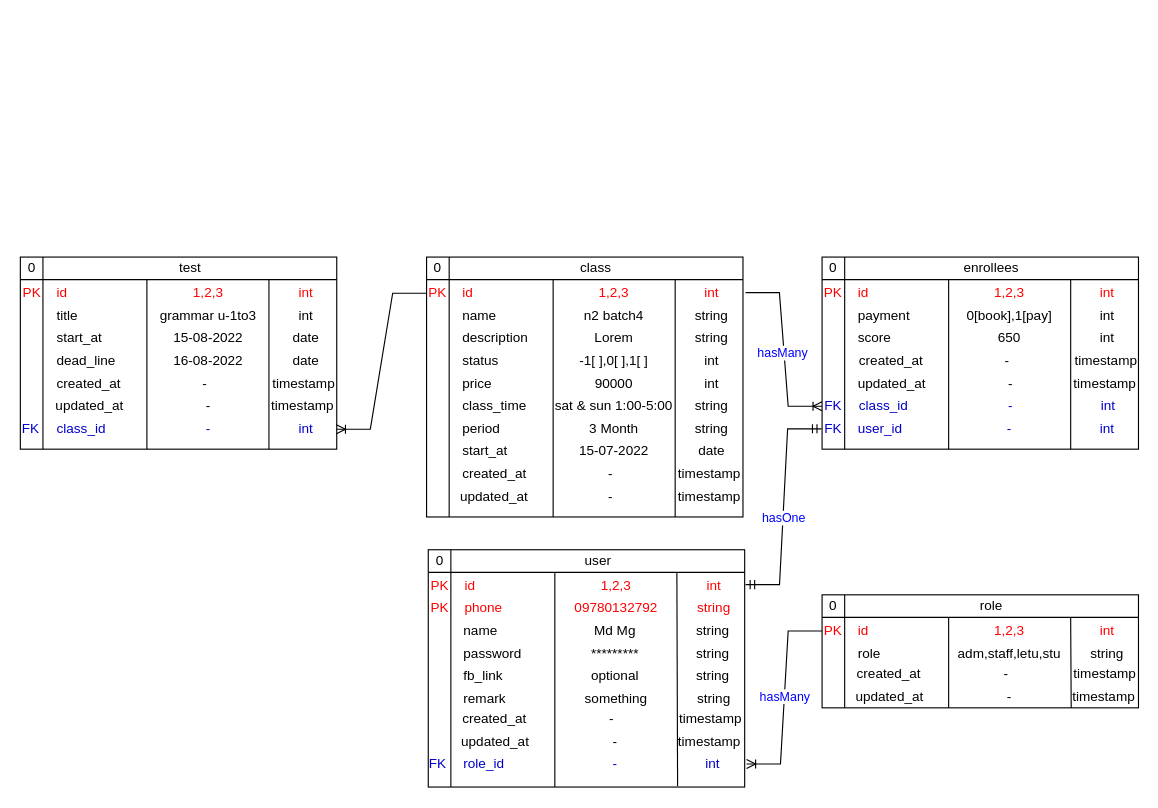
Earlier version of the draw.io diagram language_center.drawio (arkarMannAung/app.diagrams.net). Source tidied: cells renumbered, new cells numbered last; positions are measured from the earlier drawing's top-left corner, leaving out a move shared by most shapes. Both pictures are drawn from the tidied source at 113%, with x=0, y=0 at pixel (19, 257).
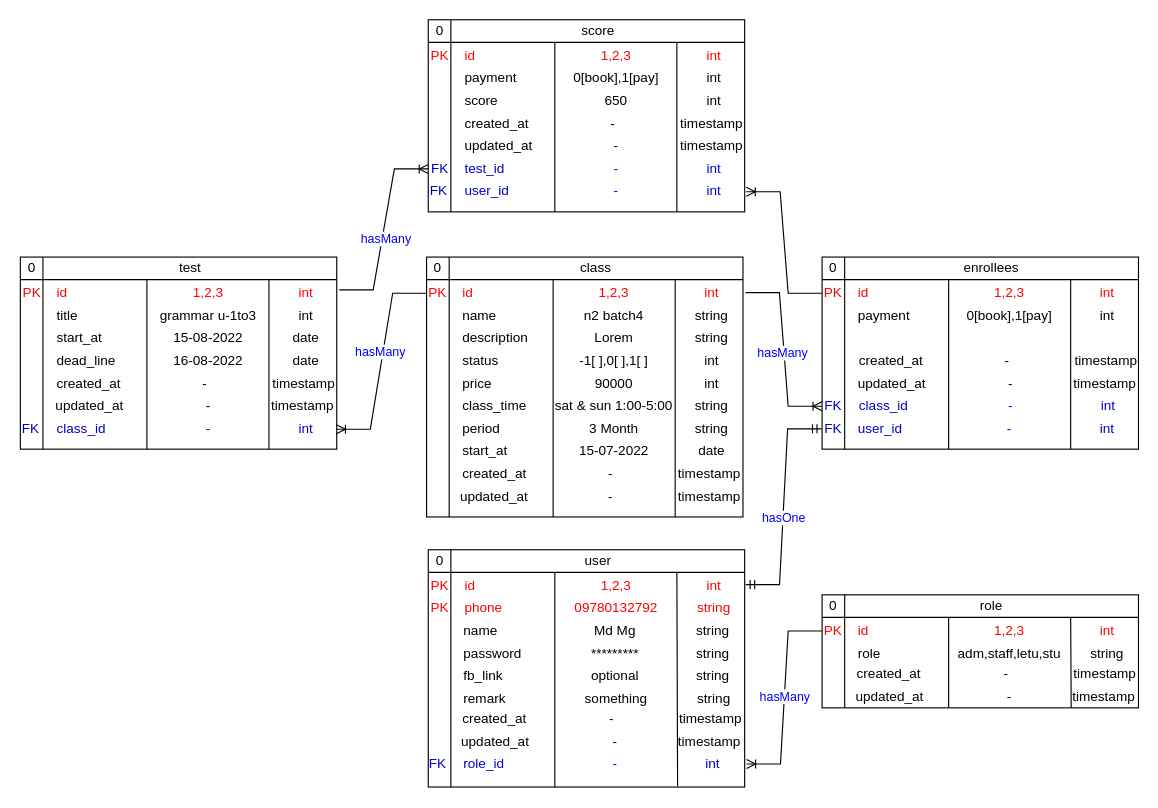
Above is the later version.

The change refers to these unchanged cells:
```xml
<mxCell id="41" value="PK" style="text;html=1;strokeColor=none;fillColor=none;align=center;verticalAlign=middle;whiteSpace=wrap;rounded=0;fontColor=#FF0000;" parent="1" vertex="1">
  <mxGeometry x="710" y="22" width="20" height="20" as="geometry" />
</mxCell>
<mxCell id="127" style="shape=internalStorage;whiteSpace=wrap;html=1;backgroundOutline=1;" parent="1" vertex="1">
  <mxGeometry x="0.5" width="280" height="170" as="geometry" />
</mxCell>
<mxCell id="152" style="edgeStyle=entityRelationEdgeStyle;fontSize=12;html=1;endArrow=ERoneToMany;rounded=0;fontColor=#0000FF;exitX=0;exitY=0.5;exitDx=0;exitDy=0;entryX=0.999;entryY=0.896;entryDx=0;entryDy=0;entryPerimeter=0;" parent="1" edge="1" source="5" target="127">
  <mxGeometry relative="1" as="geometry" />
</mxCell>
```

Diff of the diagram source:
```diff
@@
-    <mxCell id="45" value="score" style="text;html=1;strokeColor=none;fillColor=none;align=left;verticalAlign=middle;whiteSpace=wrap;rounded=0;fontColor=#000000;" parent="1" vertex="1">
-      <mxGeometry x="740" y="62" width="90" height="20" as="geometry" />
-    </mxCell>
-    <mxCell id="46" value="650" style="text;html=1;strokeColor=none;fillColor=none;align=center;verticalAlign=middle;whiteSpace=wrap;rounded=0;fontColor=#000000;" parent="1" vertex="1">
-      <mxGeometry x="826" y="62" width="100" height="20" as="geometry" />
-    </mxCell>
@@
-    <mxCell id="50" value="int" style="text;html=1;strokeColor=none;fillColor=none;align=center;verticalAlign=middle;whiteSpace=wrap;rounded=0;fontColor=#000000;" parent="1" vertex="1">
-      <mxGeometry x="938" y="62" width="49" height="20" as="geometry" />
-    </mxCell>
@@
+    <mxCell id="156" value="hasMany" style="edgeLabel;html=1;align=center;verticalAlign=middle;fontColor=#0000FF;" parent="152" vertex="1">
+      <mxGeometry x="-0.09" y="-3" relative="1" as="geometry" />
+    </mxCell>
@@
+    <mxCell id="157" style="shape=internalStorage;whiteSpace=wrap;html=1;backgroundOutline=1;" parent="1" vertex="1">
+      <mxGeometry x="361.5" y="-210" width="280" height="170" as="geometry" />
+    </mxCell>
+    <mxCell id="158" value="0" style="text;html=1;strokeColor=none;fillColor=none;align=center;verticalAlign=middle;whiteSpace=wrap;rounded=0;" parent="1" vertex="1">
+      <mxGeometry x="361.5" y="-210" width="20" height="20" as="geometry" />
+    </mxCell>
+    <mxCell id="159" value="score" style="text;html=1;strokeColor=none;fillColor=none;align=center;verticalAlign=middle;whiteSpace=wrap;rounded=0;" parent="1" vertex="1">
+      <mxGeometry x="381.5" y="-210" width="260" height="20" as="geometry" />
+    </mxCell>
+    <mxCell id="160" value="PK" style="text;html=1;strokeColor=none;fillColor=none;align=center;verticalAlign=middle;whiteSpace=wrap;rounded=0;fontColor=#FF0000;" parent="1" vertex="1">
+      <mxGeometry x="361.5" y="-188" width="20" height="20" as="geometry" />
+    </mxCell>
+    <mxCell id="161" value="id" style="text;html=1;strokeColor=none;fillColor=none;align=left;verticalAlign=middle;whiteSpace=wrap;rounded=0;fontColor=#FF0000;" parent="1" vertex="1">
+      <mxGeometry x="391.5" y="-188" width="90" height="20" as="geometry" />
+    </mxCell>
+    <mxCell id="162" value="1,2,3" style="text;html=1;strokeColor=none;fillColor=none;align=center;verticalAlign=middle;whiteSpace=wrap;rounded=0;fontColor=#FF0000;" parent="1" vertex="1">
+      <mxGeometry x="477.5" y="-188" width="100" height="20" as="geometry" />
+    </mxCell>
+    <mxCell id="163" style="endArrow=none;html=1;rounded=0;fontColor=#3333FF;" parent="1" edge="1">
+      <mxGeometry relative="1" as="geometry">
+        <mxPoint x="581.5" y="-40" as="sourcePoint" />
+        <mxPoint x="581.5" y="-190" as="targetPoint" />
+      </mxGeometry>
+    </mxCell>
+    <mxCell id="45" value="score" style="text;html=1;strokeColor=none;fillColor=none;align=left;verticalAlign=middle;whiteSpace=wrap;rounded=0;fontColor=#000000;" parent="1" vertex="1">
+      <mxGeometry x="391.5" y="-148" width="90" height="20" as="geometry" />
+    </mxCell>
+    <mxCell id="46" value="650" style="text;html=1;strokeColor=none;fillColor=none;align=center;verticalAlign=middle;whiteSpace=wrap;rounded=0;fontColor=#000000;" parent="1" vertex="1">
+      <mxGeometry x="477.5" y="-148" width="100" height="20" as="geometry" />
+    </mxCell>
+    <mxCell id="164" value="payment" style="text;html=1;strokeColor=none;fillColor=none;align=left;verticalAlign=middle;whiteSpace=wrap;rounded=0;fontColor=#000000;" parent="1" vertex="1">
+      <mxGeometry x="391.5" y="-168" width="90" height="20" as="geometry" />
+    </mxCell>
+    <mxCell id="165" value="0[book],1[pay]" style="text;html=1;strokeColor=none;fillColor=none;align=center;verticalAlign=middle;whiteSpace=wrap;rounded=0;fontColor=#000000;" parent="1" vertex="1">
+      <mxGeometry x="477.5" y="-168" width="100" height="20" as="geometry" />
+    </mxCell>
+    <mxCell id="166" value="int" style="text;html=1;strokeColor=none;fillColor=none;align=center;verticalAlign=middle;whiteSpace=wrap;rounded=0;fontColor=#FF0000;" parent="1" vertex="1">
+      <mxGeometry x="589.5" y="-188" width="49" height="20" as="geometry" />
+    </mxCell>
+    <mxCell id="167" value="int" style="text;html=1;strokeColor=none;fillColor=none;align=center;verticalAlign=middle;whiteSpace=wrap;rounded=0;fontColor=#000000;" parent="1" vertex="1">
+      <mxGeometry x="589.5" y="-148" width="49" height="20" as="geometry" />
+    </mxCell>
+    <mxCell id="168" value="int" style="text;html=1;strokeColor=none;fillColor=none;align=center;verticalAlign=middle;whiteSpace=wrap;rounded=0;fontColor=#000000;" parent="1" vertex="1">
+      <mxGeometry x="589.5" y="-168" width="49" height="20" as="geometry" />
+    </mxCell>
+    <mxCell id="169" style="endArrow=none;html=1;rounded=0;fontColor=#3333FF;exitX=0.4;exitY=1;exitDx=0;exitDy=0;exitPerimeter=0;" parent="1" edge="1" source="157">
+      <mxGeometry relative="1" as="geometry">
+        <mxPoint x="473.5" y="-190" as="targetPoint" />
+      </mxGeometry>
+    </mxCell>
+    <mxCell id="170" value="created_at" style="text;html=1;strokeColor=none;fillColor=none;align=left;verticalAlign=middle;whiteSpace=wrap;rounded=0;fontColor=#000000;" parent="1" vertex="1">
+      <mxGeometry x="392" y="-128" width="90" height="20" as="geometry" />
+    </mxCell>
+    <mxCell id="171" value="-" style="text;html=1;strokeColor=none;fillColor=none;align=center;verticalAlign=middle;whiteSpace=wrap;rounded=0;fontColor=#000000;" parent="1" vertex="1">
+      <mxGeometry x="465" y="-128" width="120" height="20" as="geometry" />
+    </mxCell>
+    <mxCell id="172" value="timestamp" style="text;html=1;strokeColor=none;fillColor=none;align=center;verticalAlign=middle;whiteSpace=wrap;rounded=0;fontColor=#000000;" parent="1" vertex="1">
+      <mxGeometry x="588" y="-128" width="49" height="20" as="geometry" />
+    </mxCell>
+    <mxCell id="173" value="updated_at" style="text;html=1;strokeColor=none;fillColor=none;align=left;verticalAlign=middle;whiteSpace=wrap;rounded=0;fontColor=#000000;" parent="1" vertex="1">
+      <mxGeometry x="391.5" y="-108" width="90" height="20" as="geometry" />
+    </mxCell>
+    <mxCell id="174" value="-" style="text;html=1;strokeColor=none;fillColor=none;align=center;verticalAlign=middle;whiteSpace=wrap;rounded=0;fontColor=#000000;" parent="1" vertex="1">
+      <mxGeometry x="468" y="-108" width="120" height="20" as="geometry" />
+    </mxCell>
+    <mxCell id="175" value="timestamp" style="text;html=1;strokeColor=none;fillColor=none;align=center;verticalAlign=middle;whiteSpace=wrap;rounded=0;fontColor=#000000;" parent="1" vertex="1">
+      <mxGeometry x="587.5" y="-108" width="49" height="20" as="geometry" />
+    </mxCell>
+    <mxCell id="176" value="test_id" style="text;html=1;strokeColor=none;fillColor=none;align=left;verticalAlign=middle;whiteSpace=wrap;rounded=0;fontColor=#0000CC;" parent="1" vertex="1">
+      <mxGeometry x="392" y="-88" width="90" height="20" as="geometry" />
+    </mxCell>
+    <mxCell id="177" value="-" style="text;html=1;strokeColor=none;fillColor=none;align=center;verticalAlign=middle;whiteSpace=wrap;rounded=0;fontColor=#0000CC;" parent="1" vertex="1">
+      <mxGeometry x="478" y="-88" width="100" height="20" as="geometry" />
+    </mxCell>
+    <mxCell id="178" value="int" style="text;html=1;strokeColor=none;fillColor=none;align=center;verticalAlign=middle;whiteSpace=wrap;rounded=0;fontColor=#0000CC;" parent="1" vertex="1">
+      <mxGeometry x="590" y="-88" width="49" height="20" as="geometry" />
+    </mxCell>
+    <mxCell id="179" value="FK" style="text;html=1;strokeColor=none;fillColor=none;align=center;verticalAlign=middle;whiteSpace=wrap;rounded=0;fontColor=#0000CC;" parent="1" vertex="1">
+      <mxGeometry x="361.5" y="-88" width="20" height="20" as="geometry" />
+    </mxCell>
+    <mxCell id="180" value="user_id" style="text;html=1;strokeColor=none;fillColor=none;align=left;verticalAlign=middle;whiteSpace=wrap;rounded=0;fontColor=#0000CC;" parent="1" vertex="1">
+      <mxGeometry x="391.5" y="-68" width="90" height="20" as="geometry" />
+    </mxCell>
+    <mxCell id="181" value="-" style="text;html=1;strokeColor=none;fillColor=none;align=center;verticalAlign=middle;whiteSpace=wrap;rounded=0;fontColor=#0000CC;" parent="1" vertex="1">
+      <mxGeometry x="477.5" y="-68" width="100" height="20" as="geometry" />
+    </mxCell>
+    <mxCell id="182" value="int" style="text;html=1;strokeColor=none;fillColor=none;align=center;verticalAlign=middle;whiteSpace=wrap;rounded=0;fontColor=#0000CC;" parent="1" vertex="1">
+      <mxGeometry x="589.5" y="-68" width="49" height="20" as="geometry" />
+    </mxCell>
+    <mxCell id="183" value="FK" style="text;html=1;strokeColor=none;fillColor=none;align=center;verticalAlign=middle;whiteSpace=wrap;rounded=0;fontColor=#0000CC;" parent="1" vertex="1">
+      <mxGeometry x="361" y="-68" width="20" height="20" as="geometry" />
+    </mxCell>
+    <mxCell id="184" style="edgeStyle=entityRelationEdgeStyle;fontSize=12;html=1;endArrow=ERoneToMany;rounded=0;fontColor=#0000FF;entryX=0;entryY=0.5;entryDx=0;entryDy=0;exitX=1.008;exitY=0.171;exitDx=0;exitDy=0;exitPerimeter=0;" parent="1" edge="1" source="127" target="179">
+      <mxGeometry relative="1" as="geometry" />
+    </mxCell>
+    <mxCell id="185" value="hasMany" style="edgeLabel;html=1;align=center;verticalAlign=middle;fontColor=#0000FF;" parent="184" vertex="1">
+      <mxGeometry x="-0.09" y="-3" relative="1" as="geometry" />
+    </mxCell>
+    <mxCell id="186" style="edgeStyle=entityRelationEdgeStyle;fontSize=12;html=1;endArrow=ERoneToMany;rounded=0;fontColor=#0000FF;exitX=0;exitY=0.5;exitDx=0;exitDy=0;entryX=1.005;entryY=0.895;entryDx=0;entryDy=0;entryPerimeter=0;" parent="1" edge="1" source="41" target="157">
+      <mxGeometry relative="1" as="geometry" />
+    </mxCell>
```
